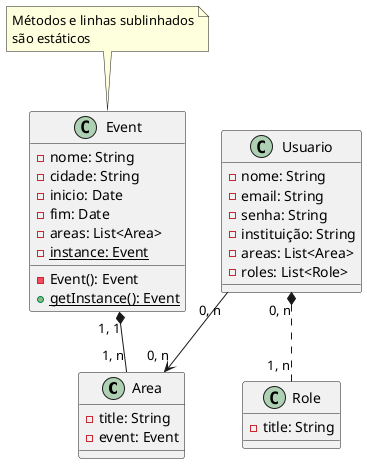
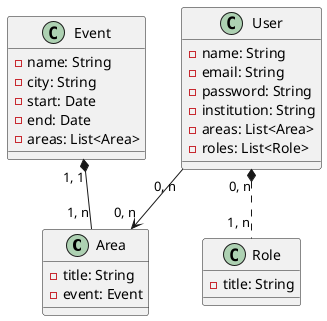
@startuml modelo

  class Area {
    - title: String
    - event: Event
  }

  class Event {
-     - nome: String
-     - cidade: String
-     - inicio: Date
-     - fim: Date
+     - name: String
+     - city: String
+     - start: Date
+     - end: Date
    - areas: List<Area>
-     - {static} instance: Event
-     - Event(): Event
-     + {static} getInstance(): Event
  }
- 
-   note top of Event : Métodos e linhas sublinhados\nsão estáticos

  Event "1, 1" *-- "1, n" Area

-   class Usuario {
-     - nome: String
+   class User {
+     - name: String
    - email: String
-     - senha: String
-     - instituição: String
+     - password: String
+     - institution: String
    - areas: List<Area>
    - roles: List<Role>
  }

-   Usuario "0, n" --> "0, n" Area
+   User "0, n" --> "0, n" Area

  class Role {
    - title: String
  }

-   Usuario "0, n" *.. "1, n" Role
+   User "0, n" *.. "1, n" Role

@enduml